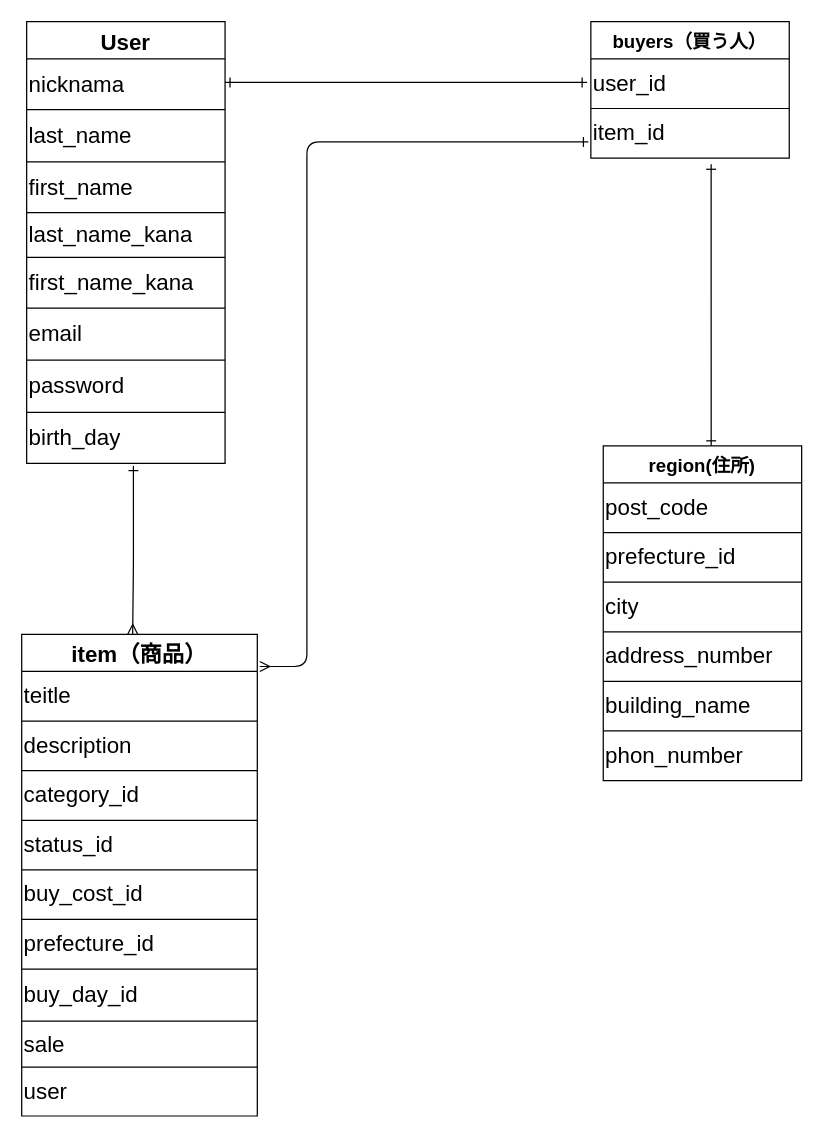
Above: ER図.dio in kijima-line/furima-37451 (draw.io), before the change. Source tidied: cells renumbered, new cells numbered last; positions are measured from the earlier drawing's top-left corner, leaving out a move shared by most shapes. Both pictures are drawn from the tidied source at 124%, with x=0, y=0 at pixel (21, 21).
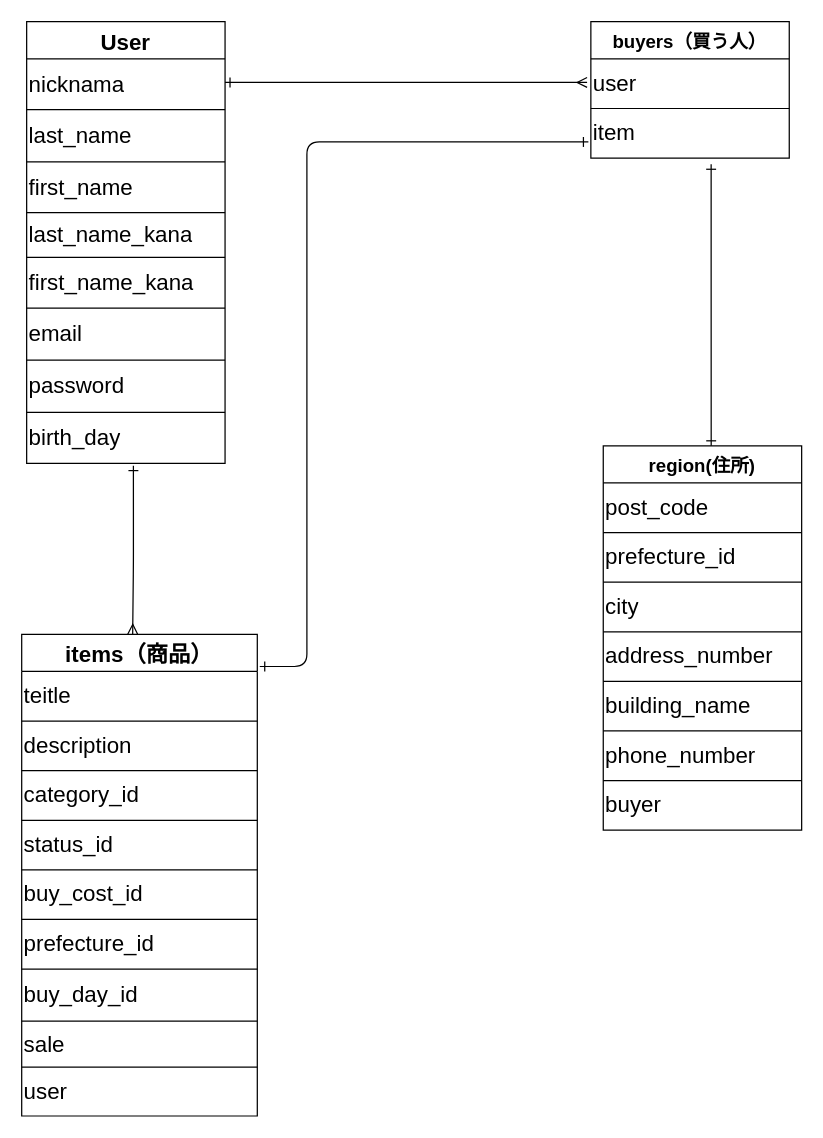
Above is the later version.

Unchanged cells that the change refers to:
```xml
<mxCell id="5" style="shape=partialRectangle;html=1;whiteSpace=wrap;fillColor=none;top=0;left=0;bottom=0;right=0;points=[[0,0.5],[1,0.5]];portConstraint=eastwest;" parent="4" vertex="1">
  <mxGeometry y="30" width="160" height="41" as="geometry" />
</mxCell>
<mxCell id="22" style="shape=partialRectangle;html=1;whiteSpace=wrap;fillColor=none;top=0;left=0;bottom=0;right=0;points=[[0,0.5],[1,0.5]];portConstraint=eastwest;" parent="21" vertex="1">
  <mxGeometry y="30" width="160" height="40" as="geometry" />
</mxCell>
<mxCell id="24" style="shape=partialRectangle;html=1;whiteSpace=wrap;fillColor=none;top=0;left=0;bottom=0;right=0;" parent="21" vertex="1">
  <mxGeometry y="70" width="160" height="40" as="geometry" />
</mxCell>
<mxCell id="56" style="shape=partialRectangle;html=1;whiteSpace=wrap;fillColor=none;top=0;left=0;bottom=0;right=0;" parent="45" vertex="1">
  <mxGeometry y="230" width="160" height="40" as="geometry" />
</mxCell>
```

The edit, as a diff of the source:
```diff
@@
-    <mxCell id="2" style="edgeStyle=orthogonalEdgeStyle;html=1;fontSize=14;startArrow=ERone;startFill=0;entryX=-0.019;entryY=0.475;entryDx=0;entryDy=0;entryPerimeter=0;endArrow=ERone;endFill=0;strokeColor=#000000;" parent="1" edge="1" source="5" target="22">
+    <mxCell id="2" style="edgeStyle=orthogonalEdgeStyle;html=1;fontSize=14;startArrow=ERone;startFill=0;entryX=-0.019;entryY=0.475;entryDx=0;entryDy=0;entryPerimeter=0;endArrow=ERmany;endFill=0;strokeColor=#000000;" parent="1" edge="1" source="5" target="22">
       <mxGeometry relative="1" as="geometry">
         <Array as="points">
           <mxPoint x="175" y="49" />
           <mxPoint x="175" y="49" />
         </Array>
       </mxGeometry>
     </mxCell>
@@
-    <mxCell id="23" value="user_id" style="shape=partialRectangle;html=1;whiteSpace=wrap;fillColor=none;top=0;left=0;bottom=0;right=0;overflow=hidden;align=left;fontSize=18;fontColor=#000000;strokeColor=#000000;" parent="22" vertex="1">
+    <mxCell id="23" value="user" style="shape=partialRectangle;html=1;whiteSpace=wrap;fillColor=none;top=0;left=0;bottom=0;right=0;overflow=hidden;align=left;fontSize=18;fontColor=#000000;strokeColor=#000000;" parent="22" vertex="1">
       <mxGeometry width="160" height="40" as="geometry" />
     </mxCell>
@@
-    <mxCell id="25" value="item_id" style="shape=partialRectangle;html=1;whiteSpace=wrap;fillColor=none;top=0;left=0;bottom=0;right=0;overflow=hidden;fontSize=18;align=left;fontColor=#000000;strokeColor=#000000;" parent="24" vertex="1">
+    <mxCell id="25" value="item" style="shape=partialRectangle;html=1;whiteSpace=wrap;fillColor=none;top=0;left=0;bottom=0;right=0;overflow=hidden;fontSize=18;align=left;fontColor=#000000;strokeColor=#000000;" parent="24" vertex="1">
       <mxGeometry width="160" height="40" as="geometry" />
     </mxCell>
-    <mxCell id="26" value="item（商品）" style="shape=table;startSize=30;childLayout=tableLayout;fontStyle=1;align=center;fontSize=18;strokeColor=#000000;" parent="1" vertex="1">
+    <mxCell id="26" value="items（商品）" style="shape=table;startSize=30;childLayout=tableLayout;fontStyle=1;align=center;fontSize=18;strokeColor=#000000;" parent="1" vertex="1">
       <mxGeometry y="494" width="190" height="388.5" as="geometry" />
     </mxCell>
@@
     <mxCell id="45" value="region(住所)" style="shape=table;startSize=30;childLayout=tableLayout;fontStyle=1;align=center;fontSize=15;strokeColor=#000000;" parent="1" vertex="1">
-      <mxGeometry x="469" y="342" width="160" height="270" as="geometry" />
+      <mxGeometry x="469" y="342" width="160" height="310" as="geometry" />
     </mxCell>
@@
-    <mxCell id="57" value="phon_number" style="shape=partialRectangle;html=1;whiteSpace=wrap;fillColor=none;top=0;left=0;bottom=0;right=0;overflow=hidden;fontSize=18;align=left;fontColor=#000000;strokeColor=#000000;" parent="56" vertex="1">
+    <mxCell id="57" value="phone_number" style="shape=partialRectangle;html=1;whiteSpace=wrap;fillColor=none;top=0;left=0;bottom=0;right=0;overflow=hidden;fontSize=18;align=left;fontColor=#000000;strokeColor=#000000;" parent="56" vertex="1">
       <mxGeometry width="160" height="40" as="geometry" />
     </mxCell>
+    <mxCell id="60" style="shape=partialRectangle;html=1;whiteSpace=wrap;fillColor=none;top=0;left=0;bottom=0;right=0;" parent="45" vertex="1">
+      <mxGeometry y="270" width="160" height="40" as="geometry" />
+    </mxCell>
+    <mxCell id="61" value="buyer" style="shape=partialRectangle;html=1;whiteSpace=wrap;fillColor=none;top=0;left=0;bottom=0;right=0;overflow=hidden;fontSize=18;align=left;fontColor=#000000;strokeColor=#000000;" parent="60" vertex="1">
+      <mxGeometry width="160" height="40" as="geometry" />
+    </mxCell>
@@
-    <mxCell id="59" style="edgeStyle=orthogonalEdgeStyle;html=1;fontSize=14;startArrow=ERmany;startFill=0;endArrow=ERone;endFill=0;strokeColor=#000000;" parent="1" edge="1">
+    <mxCell id="59" style="edgeStyle=orthogonalEdgeStyle;html=1;fontSize=14;startArrow=ERone;startFill=0;endArrow=ERone;endFill=0;strokeColor=#000000;" parent="1" edge="1">
       <mxGeometry relative="1" as="geometry">
         <mxPoint x="192" y="520" as="sourcePoint" />
         <mxPoint x="457" y="97" as="targetPoint" />
         <Array as="points">
           <mxPoint x="230" y="520" />
           <mxPoint x="230" y="97" />
         </Array>
       </mxGeometry>
     </mxCell>
```
